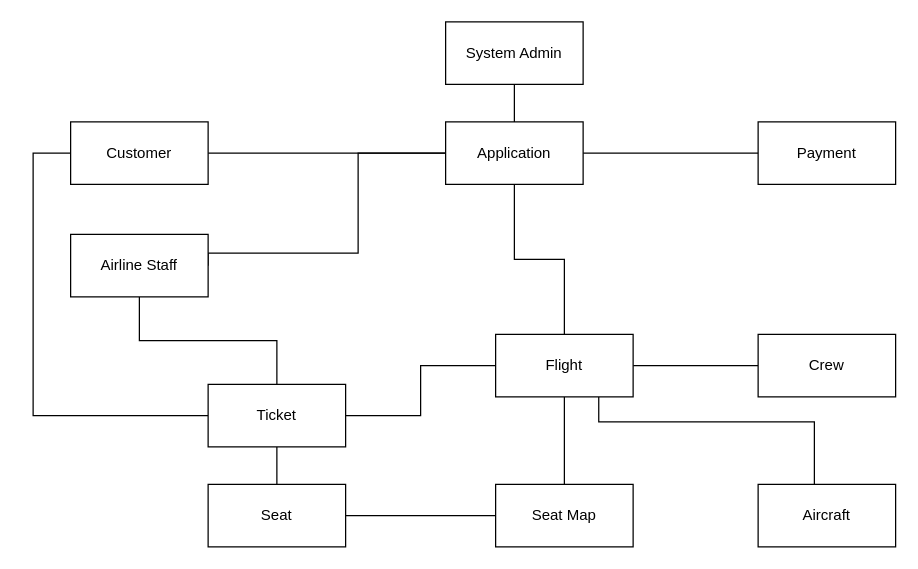
Before: P1_Use_Case_Diagram/Conceptual Model.drawio in ESDiep/FlightReservationProject, a draw.io diagram. Source tidied: cells renumbered, new cells numbered last; positions are measured from the earlier drawing's top-left corner, leaving out a move shared by most shapes. Both pictures are drawn from the tidied source at 125%, with x=0, y=0 at pixel (32, 21).
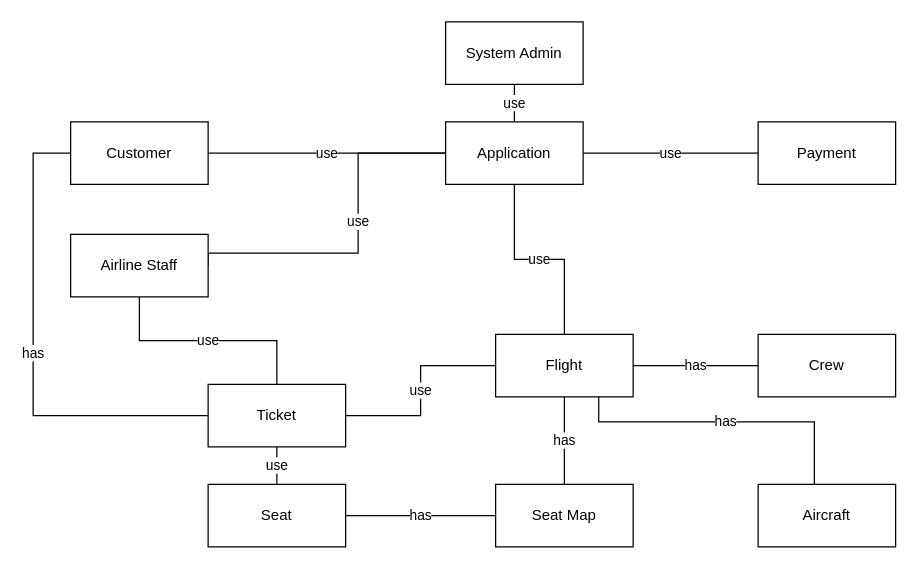
The same diagram, later.

The change refers to these unchanged cells:
```xml
<mxCell id="4" value="Customer" style="html=1;whiteSpace=wrap;" parent="1" vertex="1">
  <mxGeometry x="30" y="80" width="110" height="50" as="geometry" />
</mxCell>
<mxCell id="5" value="Payment" style="html=1;whiteSpace=wrap;" parent="1" vertex="1">
  <mxGeometry x="580" y="80" width="110" height="50" as="geometry" />
</mxCell>
<mxCell id="8" value="Seat" style="html=1;whiteSpace=wrap;" parent="1" vertex="1">
  <mxGeometry x="140" y="370" width="110" height="50" as="geometry" />
</mxCell>
<mxCell id="10" value="Seat Map" style="html=1;whiteSpace=wrap;" parent="1" vertex="1">
  <mxGeometry x="370" y="370" width="110" height="50" as="geometry" />
</mxCell>
<mxCell id="12" value="Ticket" style="html=1;whiteSpace=wrap;" parent="1" vertex="1">
  <mxGeometry x="140" y="290" width="110" height="50" as="geometry" />
</mxCell>
<mxCell id="14" value="Aircraft" style="html=1;whiteSpace=wrap;" parent="1" vertex="1">
  <mxGeometry x="580" y="370" width="110" height="50" as="geometry" />
</mxCell>
<mxCell id="16" value="Crew" style="html=1;whiteSpace=wrap;" parent="1" vertex="1">
  <mxGeometry x="580" y="250" width="110" height="50" as="geometry" />
</mxCell>
<mxCell id="17" value="Flight" style="html=1;whiteSpace=wrap;" parent="1" vertex="1">
  <mxGeometry x="370" y="250" width="110" height="50" as="geometry" />
</mxCell>
<mxCell id="20" value="Application" style="html=1;whiteSpace=wrap;" parent="1" vertex="1">
  <mxGeometry x="330" y="80" width="110" height="50" as="geometry" />
</mxCell>
<mxCell id="23" value="Airline Staff" style="html=1;whiteSpace=wrap;" parent="1" vertex="1">
  <mxGeometry x="30" y="170" width="110" height="50" as="geometry" />
</mxCell>
<mxCell id="25" value="System Admin" style="html=1;whiteSpace=wrap;" parent="1" vertex="1">
  <mxGeometry x="330" width="110" height="50" as="geometry" />
</mxCell>
```

Diff of the diagram source:
```diff
@@
-    <mxCell id="2" style="edgeStyle=orthogonalEdgeStyle;rounded=0;jettySize=auto;html=1;exitX=1;exitY=0.5;exitDx=0;exitDy=0;entryX=0;entryY=0.5;entryDx=0;entryDy=0;endArrow=none;endFill=0;" parent="1" edge="1" source="4" target="20">
+    <mxCell id="2" value="use" style="edgeStyle=orthogonalEdgeStyle;rounded=0;jettySize=auto;html=1;exitX=1;exitY=0.5;exitDx=0;exitDy=0;entryX=0;entryY=0.5;entryDx=0;entryDy=0;endArrow=none;endFill=0;" parent="1" edge="1" source="4" target="20">
       <mxGeometry relative="1" as="geometry">
         <Array as="points">
           <mxPoint x="180" y="105" />
           <mxPoint x="180" y="105" />
         </Array>
       </mxGeometry>
     </mxCell>
-    <mxCell id="3" style="edgeStyle=orthogonalEdgeStyle;rounded=0;jettySize=auto;html=1;entryX=0;entryY=0.5;entryDx=0;entryDy=0;endArrow=none;endFill=0;" parent="1" edge="1" source="4" target="12">
+    <mxCell id="3" value="has" style="edgeStyle=orthogonalEdgeStyle;rounded=0;jettySize=auto;html=1;entryX=0;entryY=0.5;entryDx=0;entryDy=0;endArrow=none;endFill=0;" parent="1" edge="1" source="4" target="12">
       <mxGeometry relative="1" as="geometry">
         <Array as="points">
           <mxPoint y="105" />
           <mxPoint y="315" />
         </Array>
       </mxGeometry>
     </mxCell>
@@
-    <mxCell id="6" style="edgeStyle=orthogonalEdgeStyle;rounded=0;jettySize=auto;html=1;endArrow=none;endFill=0;" parent="1" edge="1" source="8" target="12">
+    <mxCell id="6" value="use" style="edgeStyle=orthogonalEdgeStyle;rounded=0;jettySize=auto;html=1;endArrow=none;endFill=0;" parent="1" edge="1" source="8" target="12">
       <mxGeometry relative="1" as="geometry" />
     </mxCell>
-    <mxCell id="7" style="edgeStyle=orthogonalEdgeStyle;rounded=0;jettySize=auto;html=1;endArrow=none;endFill=0;" parent="1" edge="1" source="8" target="10">
+    <mxCell id="7" value="has" style="edgeStyle=orthogonalEdgeStyle;rounded=0;jettySize=auto;html=1;endArrow=none;endFill=0;" parent="1" edge="1" source="8" target="10">
       <mxGeometry relative="1" as="geometry" />
     </mxCell>
@@
-    <mxCell id="9" style="edgeStyle=orthogonalEdgeStyle;rounded=0;jettySize=auto;html=1;entryX=0.5;entryY=1;entryDx=0;entryDy=0;endArrow=none;endFill=0;" parent="1" edge="1" source="10" target="17">
+    <mxCell id="9" value="has" style="edgeStyle=orthogonalEdgeStyle;rounded=0;jettySize=auto;html=1;entryX=0.5;entryY=1;entryDx=0;entryDy=0;endArrow=none;endFill=0;" parent="1" edge="1" source="10" target="17">
       <mxGeometry relative="1" as="geometry" />
     </mxCell>
@@
-    <mxCell id="11" style="edgeStyle=orthogonalEdgeStyle;rounded=0;jettySize=auto;html=1;entryX=0;entryY=0.5;entryDx=0;entryDy=0;endArrow=none;endFill=0;" parent="1" edge="1" source="12" target="17">
+    <mxCell id="11" value="use" style="edgeStyle=orthogonalEdgeStyle;rounded=0;jettySize=auto;html=1;entryX=0;entryY=0.5;entryDx=0;entryDy=0;endArrow=none;endFill=0;" parent="1" edge="1" source="12" target="17">
       <mxGeometry relative="1" as="geometry" />
     </mxCell>
@@
-    <mxCell id="13" style="edgeStyle=orthogonalEdgeStyle;rounded=0;jettySize=auto;html=1;entryX=0.75;entryY=1;entryDx=0;entryDy=0;endArrow=none;endFill=0;" parent="1" edge="1" source="14" target="17">
+    <mxCell id="13" value="has" style="edgeStyle=orthogonalEdgeStyle;rounded=0;jettySize=auto;html=1;entryX=0.75;entryY=1;entryDx=0;entryDy=0;endArrow=none;endFill=0;" parent="1" edge="1" source="14" target="17">
       <mxGeometry relative="1" as="geometry">
         <Array as="points">
           <mxPoint x="625" y="320" />
           <mxPoint x="453" y="320" />
         </Array>
       </mxGeometry>
     </mxCell>
@@
-    <mxCell id="15" style="edgeStyle=orthogonalEdgeStyle;rounded=0;jettySize=auto;html=1;entryX=1;entryY=0.5;entryDx=0;entryDy=0;endArrow=none;endFill=0;" parent="1" edge="1" source="16" target="17">
+    <mxCell id="15" value="has" style="edgeStyle=orthogonalEdgeStyle;rounded=0;jettySize=auto;html=1;entryX=1;entryY=0.5;entryDx=0;entryDy=0;endArrow=none;endFill=0;" parent="1" edge="1" source="16" target="17">
       <mxGeometry relative="1" as="geometry" />
     </mxCell>
@@
-    <mxCell id="18" style="edgeStyle=orthogonalEdgeStyle;rounded=0;jettySize=auto;html=1;entryX=0;entryY=0.5;entryDx=0;entryDy=0;endArrow=none;endFill=0;" parent="1" edge="1" source="20" target="5">
+    <mxCell id="18" value="use" style="edgeStyle=orthogonalEdgeStyle;rounded=0;jettySize=auto;html=1;entryX=0;entryY=0.5;entryDx=0;entryDy=0;endArrow=none;endFill=0;" parent="1" edge="1" source="20" target="5">
       <mxGeometry relative="1" as="geometry" />
     </mxCell>
-    <mxCell id="19" style="edgeStyle=orthogonalEdgeStyle;rounded=0;jettySize=auto;html=1;endArrow=none;endFill=0;" parent="1" edge="1" source="20" target="17">
+    <mxCell id="19" value="use" style="edgeStyle=orthogonalEdgeStyle;rounded=0;jettySize=auto;html=1;endArrow=none;endFill=0;" parent="1" edge="1" source="20" target="17">
       <mxGeometry relative="1" as="geometry" />
     </mxCell>
@@
-    <mxCell id="21" style="edgeStyle=orthogonalEdgeStyle;rounded=0;jettySize=auto;html=1;entryX=0;entryY=0.5;entryDx=0;entryDy=0;exitX=1;exitY=0.5;exitDx=0;exitDy=0;endArrow=none;endFill=0;" parent="1" edge="1" source="23" target="20">
-      <mxGeometry relative="1" as="geometry">
+    <mxCell id="21" value="use" style="edgeStyle=orthogonalEdgeStyle;rounded=0;jettySize=auto;html=1;entryX=0;entryY=0.5;entryDx=0;entryDy=0;exitX=1;exitY=0.5;exitDx=0;exitDy=0;endArrow=none;endFill=0;" parent="1" edge="1" source="23" target="20">
+      <mxGeometry x="0.11" relative="1" as="geometry">
         <Array as="points">
           <mxPoint x="260" y="185" />
           <mxPoint x="260" y="105" />
         </Array>
       </mxGeometry>
     </mxCell>
-    <mxCell id="22" style="edgeStyle=orthogonalEdgeStyle;rounded=0;jettySize=auto;html=1;endArrow=none;endFill=0;" parent="1" edge="1" source="23" target="12">
+    <mxCell id="22" value="use" style="edgeStyle=orthogonalEdgeStyle;rounded=0;jettySize=auto;html=1;endArrow=none;endFill=0;" parent="1" edge="1" source="23" target="12">
       <mxGeometry relative="1" as="geometry" />
     </mxCell>
@@
-    <mxCell id="24" style="edgeStyle=orthogonalEdgeStyle;rounded=0;jettySize=auto;html=1;entryX=0.5;entryY=0;entryDx=0;entryDy=0;endArrow=none;endFill=0;" parent="1" edge="1" source="25" target="20">
-      <mxGeometry relative="1" as="geometry" />
+    <mxCell id="24" value="use" style="edgeStyle=orthogonalEdgeStyle;rounded=0;jettySize=auto;html=1;entryX=0.5;entryY=0;entryDx=0;entryDy=0;endArrow=none;endFill=0;" parent="1" edge="1" source="25" target="20">
+      <mxGeometry relative="1" as="geometry">
+        <Array as="points">
+          <mxPoint x="385" y="70" />
+          <mxPoint x="385" y="70" />
+        </Array>
+      </mxGeometry>
     </mxCell>
```
